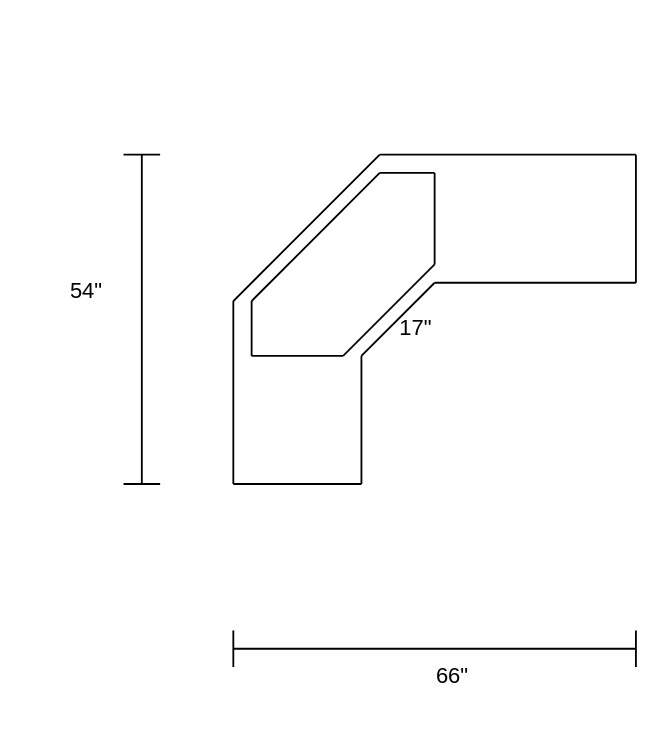
Earlier version of the draw.io diagram desk/desk.drawio (nthurow/draw-io). Source tidied: cells renumbered, new cells numbered last; positions are measured from the earlier drawing's top-left corner, leaving out a move shared by most shapes. Both pictures are drawn from the tidied source at 183%, with x=0, y=0 at pixel (31, 154).
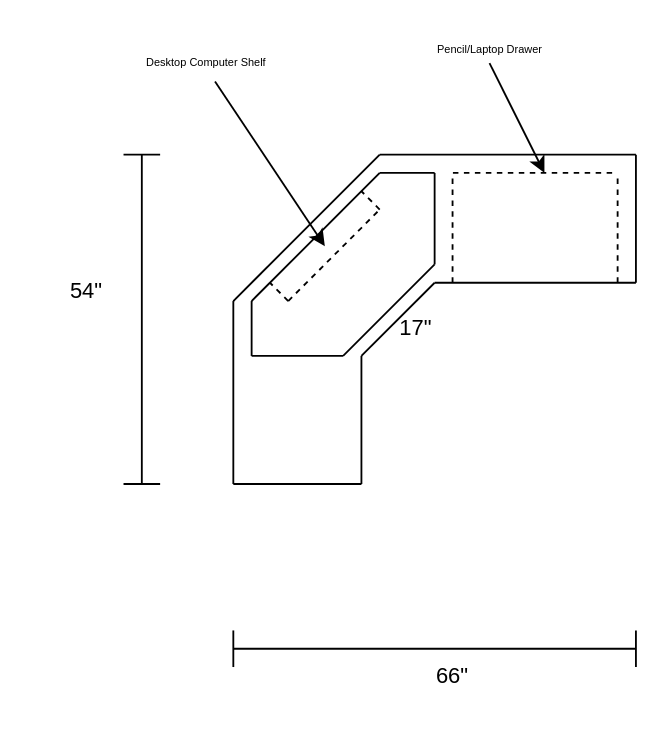
The same diagram, later.

What changed in the source:
```diff
@@
+    <mxCell id="25" style="endArrow=none;dashed=1;html=1;rounded=0;" parent="1" edge="1">
+      <mxGeometry relative="1" as="geometry">
+        <mxPoint x="230" y="10" as="sourcePoint" />
+        <mxPoint x="320" y="10" as="targetPoint" />
+      </mxGeometry>
+    </mxCell>
+    <mxCell id="26" style="endArrow=none;dashed=1;html=1;rounded=0;" parent="1" edge="1">
+      <mxGeometry relative="1" as="geometry">
+        <mxPoint x="320" y="70" as="sourcePoint" />
+        <mxPoint x="320" y="10" as="targetPoint" />
+      </mxGeometry>
+    </mxCell>
+    <mxCell id="27" style="endArrow=none;dashed=1;html=1;rounded=0;" parent="1" edge="1">
+      <mxGeometry relative="1" as="geometry">
+        <mxPoint x="229.8" y="70" as="sourcePoint" />
+        <mxPoint x="229.8" y="10" as="targetPoint" />
+      </mxGeometry>
+    </mxCell>
+    <mxCell id="28" style="endArrow=classic;html=1;rounded=0;" parent="1" edge="1">
+      <mxGeometry relative="1" as="geometry">
+        <mxPoint x="250" y="-50" as="sourcePoint" />
+        <mxPoint x="280" y="10" as="targetPoint" />
+      </mxGeometry>
+    </mxCell>
+    <mxCell id="29" value="Pencil/Laptop Drawer" style="text;html=1;align=center;verticalAlign=middle;strokeColor=none;fillColor=none;fontSize=6;" parent="1" vertex="1">
+      <mxGeometry x="210" y="-67" width="80" height="20" as="geometry" />
+    </mxCell>
+    <mxCell id="30" style="endArrow=none;dashed=1;html=1;rounded=0;" parent="1" edge="1">
+      <mxGeometry relative="1" as="geometry">
+        <mxPoint x="190" y="30" as="sourcePoint" />
+        <mxPoint x="180" y="20" as="targetPoint" />
+      </mxGeometry>
+    </mxCell>
+    <mxCell id="31" style="endArrow=none;dashed=1;html=1;rounded=0;" parent="1" edge="1">
+      <mxGeometry relative="1" as="geometry">
+        <mxPoint x="140" y="80" as="sourcePoint" />
+        <mxPoint x="190" y="30" as="targetPoint" />
+      </mxGeometry>
+    </mxCell>
+    <mxCell id="32" style="endArrow=none;dashed=1;html=1;rounded=0;" parent="1" edge="1">
+      <mxGeometry relative="1" as="geometry">
+        <mxPoint x="140" y="80" as="sourcePoint" />
+        <mxPoint x="130" y="70" as="targetPoint" />
+      </mxGeometry>
+    </mxCell>
+    <mxCell id="33" style="endArrow=classic;html=1;rounded=0;" parent="1" edge="1">
+      <mxGeometry relative="1" as="geometry">
+        <mxPoint x="100" y="-40" as="sourcePoint" />
+        <mxPoint x="160" y="50" as="targetPoint" />
+      </mxGeometry>
+    </mxCell>
+    <mxCell id="34" value="Desktop Computer Shelf" style="text;html=1;align=center;verticalAlign=middle;strokeColor=none;fillColor=none;fontSize=6;" parent="1" vertex="1">
+      <mxGeometry x="50" y="-60" width="90" height="20" as="geometry" />
+    </mxCell>
```
